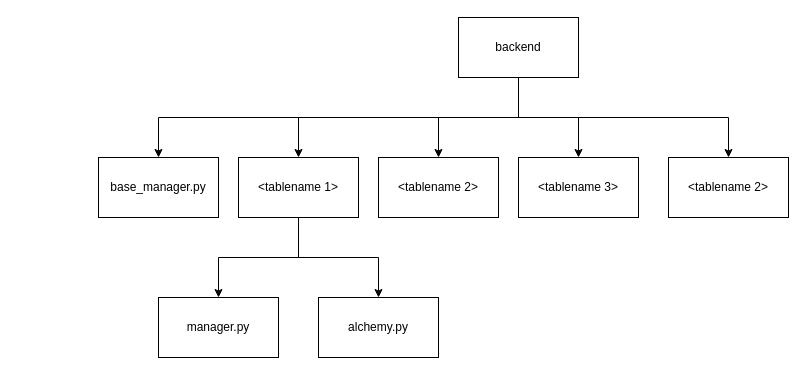
Above: documentation/directories.drawio in khanh93vn/shop-management-vi (draw.io), before the change. Source tidied: cells renumbered, new cells numbered last; positions are measured from the earlier drawing's top-left corner, leaving out a move shared by most shapes. Both pictures are drawn from the tidied source at 100%, with x=0, y=0 at pixel (98, 17).
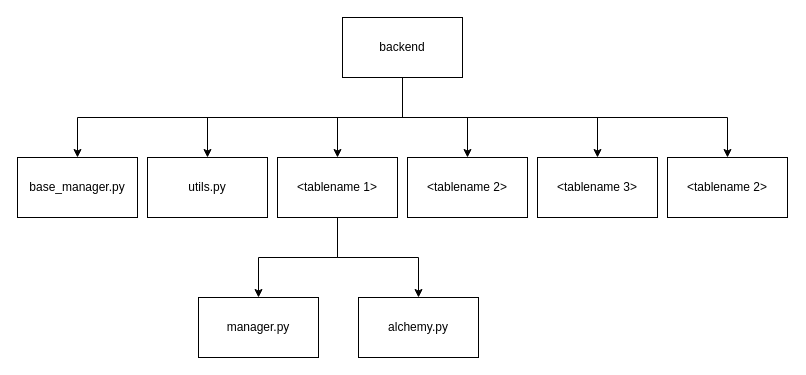
Above is the later version.

Change to the diagram source:
```diff
@@
 <mxGraphModel>
   <root>
     <mxCell id="0" />
     <mxCell id="1" parent="0" />
     <mxCell id="2" style="edgeStyle=orthogonalEdgeStyle;rounded=0;jettySize=auto;html=1;exitX=0.5;exitY=1;exitDx=0;exitDy=0;entryX=0.5;entryY=0;entryDx=0;entryDy=0;" parent="1" edge="1" source="7" target="11">
       <mxGeometry relative="1" as="geometry" />
     </mxCell>
     <mxCell id="3" style="edgeStyle=orthogonalEdgeStyle;rounded=0;jettySize=auto;html=1;exitX=0.5;exitY=1;exitDx=0;exitDy=0;entryX=0.5;entryY=0;entryDx=0;entryDy=0;" parent="1" edge="1" source="7" target="10">
       <mxGeometry relative="1" as="geometry" />
     </mxCell>
     <mxCell id="4" style="edgeStyle=orthogonalEdgeStyle;rounded=0;jettySize=auto;html=1;exitX=0.5;exitY=1;exitDx=0;exitDy=0;entryX=0.5;entryY=0;entryDx=0;entryDy=0;" parent="1" edge="1" source="7" target="12">
       <mxGeometry relative="1" as="geometry" />
     </mxCell>
     <mxCell id="5" style="edgeStyle=orthogonalEdgeStyle;rounded=0;jettySize=auto;html=1;exitX=0.5;exitY=1;exitDx=0;exitDy=0;entryX=0.5;entryY=0;entryDx=0;entryDy=0;" parent="1" edge="1" source="7" target="13">
       <mxGeometry relative="1" as="geometry" />
     </mxCell>
     <mxCell id="6" style="edgeStyle=orthogonalEdgeStyle;rounded=0;jettySize=auto;html=1;exitX=0.5;exitY=1;exitDx=0;exitDy=0;entryX=0.5;entryY=0;entryDx=0;entryDy=0;" parent="1" edge="1" source="7" target="16">
       <mxGeometry relative="1" as="geometry" />
     </mxCell>
+    <mxCell id="17" style="edgeStyle=orthogonalEdgeStyle;rounded=0;jettySize=auto;html=1;exitX=0.5;exitY=1;exitDx=0;exitDy=0;entryX=0.5;entryY=0;entryDx=0;entryDy=0;" parent="1" edge="1" source="7" target="18">
+      <mxGeometry relative="1" as="geometry" />
+    </mxCell>
     <mxCell id="7" value="backend" style="rounded=0;whiteSpace=wrap;html=1;" parent="1" vertex="1">
-      <mxGeometry x="360" width="120" height="60" as="geometry" />
+      <mxGeometry x="244" width="120" height="60" as="geometry" />
     </mxCell>
     <mxCell id="8" style="edgeStyle=orthogonalEdgeStyle;rounded=0;jettySize=auto;html=1;exitX=0.5;exitY=1;exitDx=0;exitDy=0;entryX=0.5;entryY=0;entryDx=0;entryDy=0;" parent="1" edge="1" source="10" target="14">
       <mxGeometry relative="1" as="geometry" />
     </mxCell>
     <mxCell id="9" style="edgeStyle=orthogonalEdgeStyle;rounded=0;jettySize=auto;html=1;exitX=0.5;exitY=1;exitDx=0;exitDy=0;entryX=0.5;entryY=0;entryDx=0;entryDy=0;" parent="1" edge="1" source="10" target="15">
       <mxGeometry relative="1" as="geometry" />
     </mxCell>
     <mxCell id="10" value="&amp;lt;tablename 1&amp;gt;" style="rounded=0;whiteSpace=wrap;html=1;" parent="1" vertex="1">
-      <mxGeometry x="140" y="140" width="120" height="60" as="geometry" />
+      <mxGeometry x="179" y="140" width="120" height="60" as="geometry" />
     </mxCell>
     <mxCell id="11" value="&amp;lt;tablename 2&amp;gt;" style="rounded=0;whiteSpace=wrap;html=1;" parent="1" vertex="1">
-      <mxGeometry x="280" y="140" width="120" height="60" as="geometry" />
+      <mxGeometry x="309" y="140" width="120" height="60" as="geometry" />
     </mxCell>
     <mxCell id="12" value="&amp;lt;tablename 3&amp;gt;" style="rounded=0;whiteSpace=wrap;html=1;" parent="1" vertex="1">
-      <mxGeometry x="420" y="140" width="120" height="60" as="geometry" />
+      <mxGeometry x="439" y="140" width="120" height="60" as="geometry" />
     </mxCell>
     <mxCell id="13" value="&amp;lt;tablename 2&amp;gt;" style="rounded=0;whiteSpace=wrap;html=1;" parent="1" vertex="1">
-      <mxGeometry x="570" y="140" width="120" height="60" as="geometry" />
+      <mxGeometry x="569" y="140" width="120" height="60" as="geometry" />
     </mxCell>
     <mxCell id="14" value="alchemy.py" style="rounded=0;whiteSpace=wrap;html=1;" parent="1" vertex="1">
-      <mxGeometry x="220" y="280" width="120" height="60" as="geometry" />
+      <mxGeometry x="260" y="280" width="120" height="60" as="geometry" />
     </mxCell>
     <mxCell id="15" value="manager.py" style="rounded=0;whiteSpace=wrap;html=1;" parent="1" vertex="1">
-      <mxGeometry x="60" y="280" width="120" height="60" as="geometry" />
+      <mxGeometry x="100" y="280" width="120" height="60" as="geometry" />
     </mxCell>
     <mxCell id="16" value="base_manager.py" style="rounded=0;whiteSpace=wrap;html=1;" parent="1" vertex="1">
-      <mxGeometry y="140" width="120" height="60" as="geometry" />
+      <mxGeometry x="-81" y="140" width="120" height="60" as="geometry" />
     </mxCell>
+    <mxCell id="18" value="utils.py" style="rounded=0;whiteSpace=wrap;html=1;" parent="1" vertex="1">
+      <mxGeometry x="49" y="140" width="120" height="60" as="geometry" />
+    </mxCell>
   </root>
 </mxGraphModel>
```
